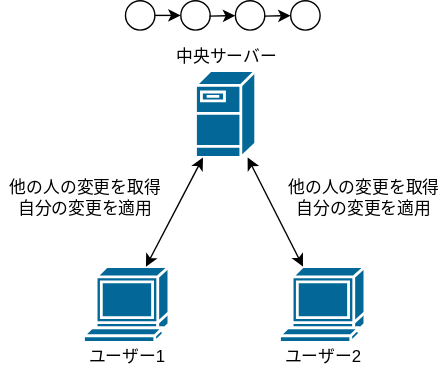
This is gitlec-step1-2025/img/central.svg from tuatmcc/GitLec, a draw.io export, as it was before one commit. Source tidied: cells renumbered, new cells last; positions are measured from the earlier drawing's top-left corner, leaving out a move shared by most shapes. Its diagram source:
```xml
<mxGraphModel>
  <root>
    <mxCell id="0" />
    <mxCell id="1" parent="0" />
    <mxCell id="2" style="shape=mxgraph.cisco.servers.fileserver;sketch=0;html=1;dashed=0;fillColor=#036897;strokeColor=#ffffff;strokeWidth=2;verticalLabelPosition=bottom;verticalAlign=top;align=center;outlineConnect=0;" parent="1" vertex="1">
      <mxGeometry x="139" y="50" width="43" height="62" as="geometry" />
    </mxCell>
    <mxCell id="3" style="shape=mxgraph.cisco.computers_and_peripherals.terminal;sketch=0;html=1;dashed=0;fillColor=#036897;strokeColor=#ffffff;strokeWidth=2;verticalLabelPosition=bottom;verticalAlign=top;align=center;outlineConnect=0;" parent="1" vertex="1">
      <mxGeometry x="59" y="190" width="61" height="54" as="geometry" />
    </mxCell>
    <mxCell id="4" style="shape=mxgraph.cisco.computers_and_peripherals.terminal;sketch=0;html=1;dashed=0;fillColor=#036897;strokeColor=#ffffff;strokeWidth=2;verticalLabelPosition=bottom;verticalAlign=top;align=center;outlineConnect=0;" parent="1" vertex="1">
      <mxGeometry x="199" y="190" width="61" height="54" as="geometry" />
    </mxCell>
    <mxCell id="5" style="endArrow=classic;startArrow=classic;html=1;rounded=0;" parent="1" edge="1" source="3" target="2">
      <mxGeometry relative="1" as="geometry" />
    </mxCell>
    <mxCell id="6" style="endArrow=classic;startArrow=classic;html=1;rounded=0;" parent="1" edge="1" source="4" target="2">
      <mxGeometry relative="1" as="geometry" />
    </mxCell>
    <mxCell id="7" value="他の人の変更を取得&lt;div&gt;自分の変更を適用&lt;/div&gt;" style="text;html=1;align=center;verticalAlign=middle;whiteSpace=wrap;rounded=0;" parent="1" vertex="1">
      <mxGeometry y="120" width="120" height="40" as="geometry" />
    </mxCell>
    <mxCell id="8" value="他の人の変更を取得&lt;div&gt;自分の変更を適用&lt;/div&gt;" style="text;html=1;align=center;verticalAlign=middle;whiteSpace=wrap;rounded=0;" parent="1" vertex="1">
      <mxGeometry x="199" y="120" width="120" height="40" as="geometry" />
    </mxCell>
    <mxCell id="9" value="中央サーバー" style="text;html=1;align=center;verticalAlign=middle;whiteSpace=wrap;rounded=0;" parent="1" vertex="1">
      <mxGeometry x="100.5" y="30" width="120" height="20" as="geometry" />
    </mxCell>
    <mxCell id="10" value="ユーザー1" style="text;html=1;align=center;verticalAlign=middle;whiteSpace=wrap;rounded=0;" parent="1" vertex="1">
      <mxGeometry x="29.5" y="244" width="120" height="20" as="geometry" />
    </mxCell>
    <mxCell id="11" value="ユーザー2" style="text;html=1;align=center;verticalAlign=middle;whiteSpace=wrap;rounded=0;" parent="1" vertex="1">
      <mxGeometry x="169.5" y="244" width="120" height="20" as="geometry" />
    </mxCell>
    <mxCell id="12" style="ellipse;whiteSpace=wrap;html=1;" parent="1" vertex="1">
      <mxGeometry x="89" width="21" height="21" as="geometry" />
    </mxCell>
    <mxCell id="13" style="ellipse;whiteSpace=wrap;html=1;" parent="1" vertex="1">
      <mxGeometry x="128.5" width="21" height="21" as="geometry" />
    </mxCell>
    <mxCell id="14" style="endArrow=classic;html=1;rounded=0;" parent="1" edge="1" source="12" target="13">
      <mxGeometry relative="1" as="geometry" />
    </mxCell>
    <mxCell id="15" style="ellipse;whiteSpace=wrap;html=1;" parent="1" vertex="1">
      <mxGeometry x="167.5" width="21" height="21" as="geometry" />
    </mxCell>
    <mxCell id="16" style="endArrow=classic;html=1;rounded=0;" parent="1" edge="1" target="15">
      <mxGeometry relative="1" as="geometry">
        <mxPoint x="149" y="11" as="sourcePoint" />
      </mxGeometry>
    </mxCell>
    <mxCell id="17" style="ellipse;whiteSpace=wrap;html=1;" parent="1" vertex="1">
      <mxGeometry x="207" width="21" height="21" as="geometry" />
    </mxCell>
    <mxCell id="18" style="endArrow=classic;html=1;rounded=0;" parent="1" edge="1" target="17">
      <mxGeometry relative="1" as="geometry">
        <mxPoint x="188.5" y="11" as="sourcePoint" />
      </mxGeometry>
    </mxCell>
  </root>
</mxGraphModel>
```
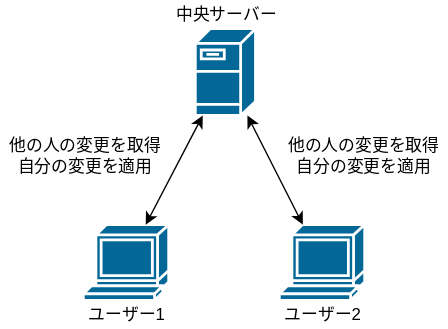
Above is the later version.

Change to the diagram source:
```diff
@@ -32,30 +32,5 @@
     <mxCell id="11" value="ユーザー2" style="text;html=1;align=center;verticalAlign=middle;whiteSpace=wrap;rounded=0;" parent="1" vertex="1">
       <mxGeometry x="169.5" y="244" width="120" height="20" as="geometry" />
     </mxCell>
-    <mxCell id="12" style="ellipse;whiteSpace=wrap;html=1;" parent="1" vertex="1">
-      <mxGeometry x="89" width="21" height="21" as="geometry" />
-    </mxCell>
-    <mxCell id="13" style="ellipse;whiteSpace=wrap;html=1;" parent="1" vertex="1">
-      <mxGeometry x="128.5" width="21" height="21" as="geometry" />
-    </mxCell>
-    <mxCell id="14" style="endArrow=classic;html=1;rounded=0;" parent="1" edge="1" source="12" target="13">
-      <mxGeometry relative="1" as="geometry" />
-    </mxCell>
-    <mxCell id="15" style="ellipse;whiteSpace=wrap;html=1;" parent="1" vertex="1">
-      <mxGeometry x="167.5" width="21" height="21" as="geometry" />
-    </mxCell>
-    <mxCell id="16" style="endArrow=classic;html=1;rounded=0;" parent="1" edge="1" target="15">
-      <mxGeometry relative="1" as="geometry">
-        <mxPoint x="149" y="11" as="sourcePoint" />
-      </mxGeometry>
-    </mxCell>
-    <mxCell id="17" style="ellipse;whiteSpace=wrap;html=1;" parent="1" vertex="1">
-      <mxGeometry x="207" width="21" height="21" as="geometry" />
-    </mxCell>
-    <mxCell id="18" style="endArrow=classic;html=1;rounded=0;" parent="1" edge="1" target="17">
-      <mxGeometry relative="1" as="geometry">
-        <mxPoint x="188.5" y="11" as="sourcePoint" />
-      </mxGeometry>
-    </mxCell>
   </root>
 </mxGraphModel>
```
